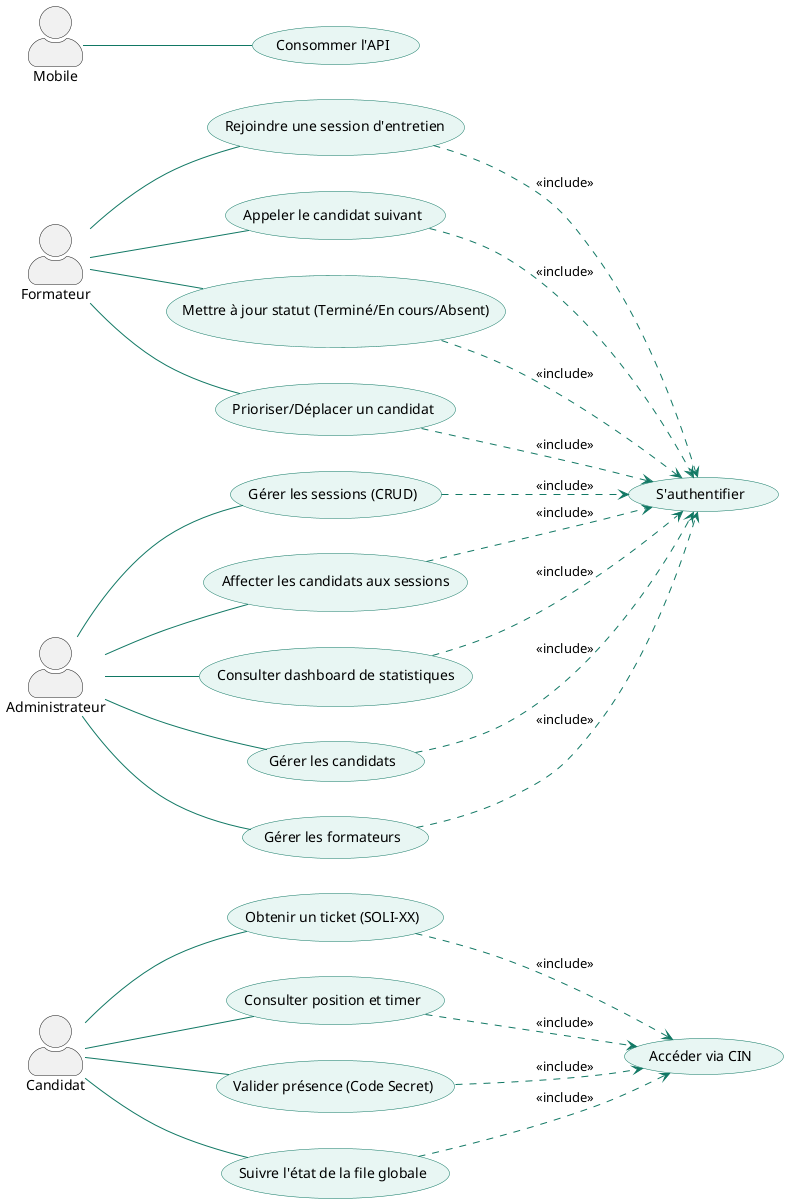
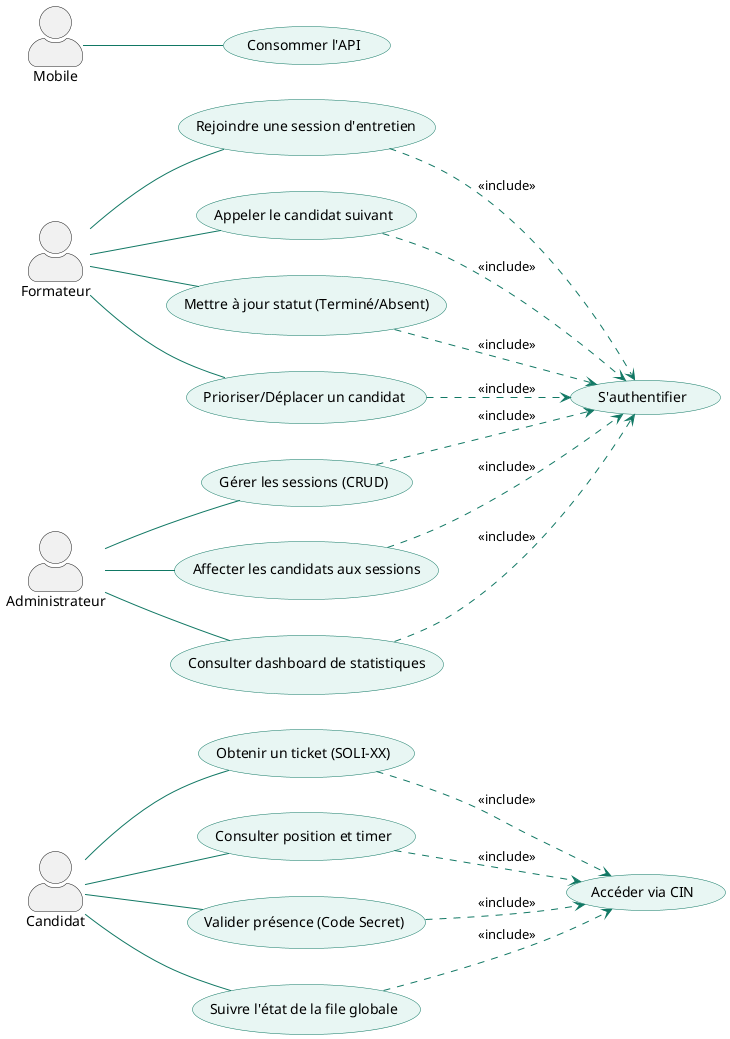
@startuml SoliQueue_Sprint1_MVP
left to right direction
skinparam actorStyle awesome

skinparam usecase {
    BackgroundColor #E8F6F3
    BorderColor #117864
    ArrowColor #117864
}

' Acteurs
actor "Candidat" as C
actor "Formateur" as F
actor "Administrateur" as Admin
actor "Mobile" as Mob


' =========================
' Candidat
' =========================

usecase "Obtenir un ticket (SOLI-XX)" as UC1
usecase "Consulter position et timer" as UC2
usecase "Valider présence (Code Secret)" as UC3
usecase "Suivre l'état de la file globale" as UC4

C -- UC1
C -- UC2
C -- UC3
C -- UC4


' =========================
' Formateur
' =========================

usecase "Rejoindre une session d'entretien" as UC7
usecase "Appeler le candidat suivant" as UC8
- usecase "Mettre à jour statut (Terminé/En cours/Absent)" as UC9
+ usecase "Mettre à jour statut (Terminé/Absent)" as UC9
usecase "Prioriser/Déplacer un candidat" as UC10

F -- UC7
F -- UC8
F -- UC9
F -- UC10



' =========================
' Administrateur
' =========================

usecase "Gérer les sessions (CRUD)" as UC11
usecase "Affecter les candidats aux sessions" as UC12
usecase "Consulter dashboard de statistiques" as UC13
- usecase "Gérer les candidats" as UC14
- usecase "Gérer les formateurs" as UC15

Admin -- UC11
Admin -- UC12
Admin -- UC13
- Admin -- UC14
- Admin -- UC15


' =========================
' Mobile
' =========================

usecase "Consommer l'API" as API

Mob -- API


' =========================
' Authentification
' =========================

usecase "S'authentifier" as Auth
usecase "Accéder via CIN" as Auth2

+ UC1 ..> Auth2 : <<include>>
+ UC2 ..> Auth2 : <<include>>
+ UC3 ..> Auth2 : <<include>>
+ UC4 ..> Auth2 : <<include>>
+ 
UC7 ..> Auth : <<include>>
UC8 ..> Auth : <<include>>
UC9 ..> Auth : <<include>>
UC10 ..> Auth : <<include>>
UC11 ..> Auth : <<include>>
UC12 ..> Auth : <<include>>
UC13 ..> Auth : <<include>>
- UC14 ..> Auth : <<include>>
- UC15 ..> Auth : <<include>>
- 
- UC1 ..> Auth2 : <<include>>
- UC2 ..> Auth2 : <<include>>
- UC3 ..> Auth2 : <<include>>
- UC4 ..> Auth2 : <<include>>

@enduml